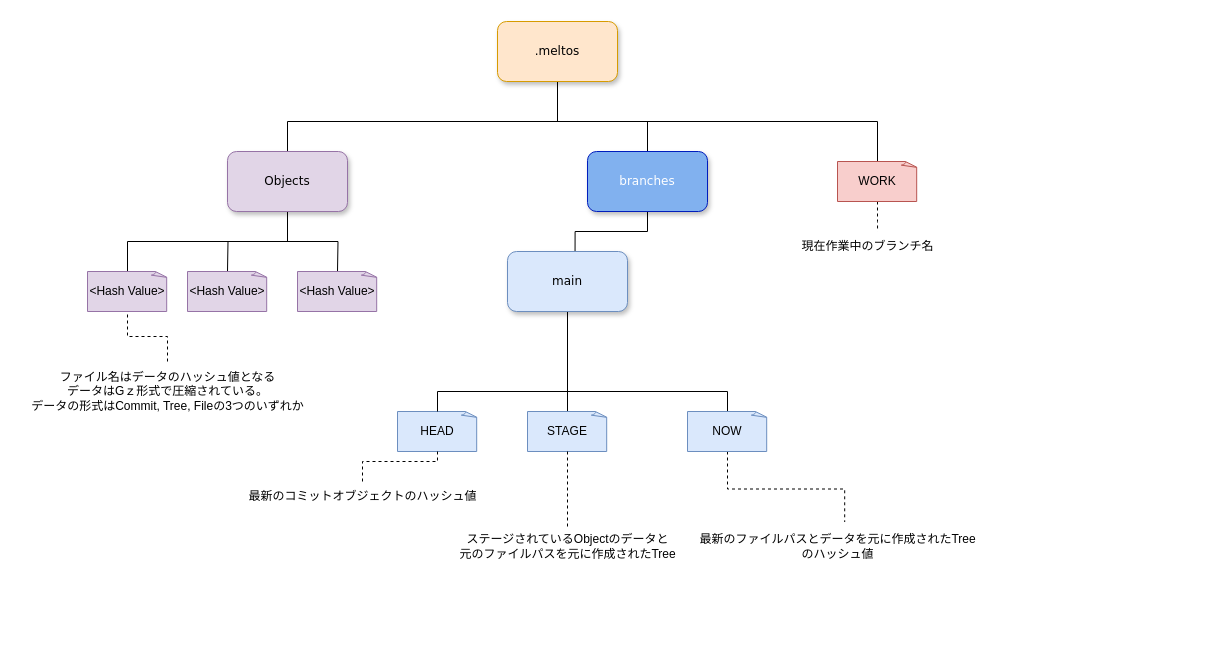
The draw.io diagram docs/tvn_file_system.drawio in not-elm/meltos, before the edit. Source tidied: cells renumbered, new cells numbered last; positions are measured from the earlier drawing's top-left corner, leaving out a move shared by most shapes. Both pictures are drawn from the tidied source at 100%, with x=0, y=0 at pixel (17, 21).
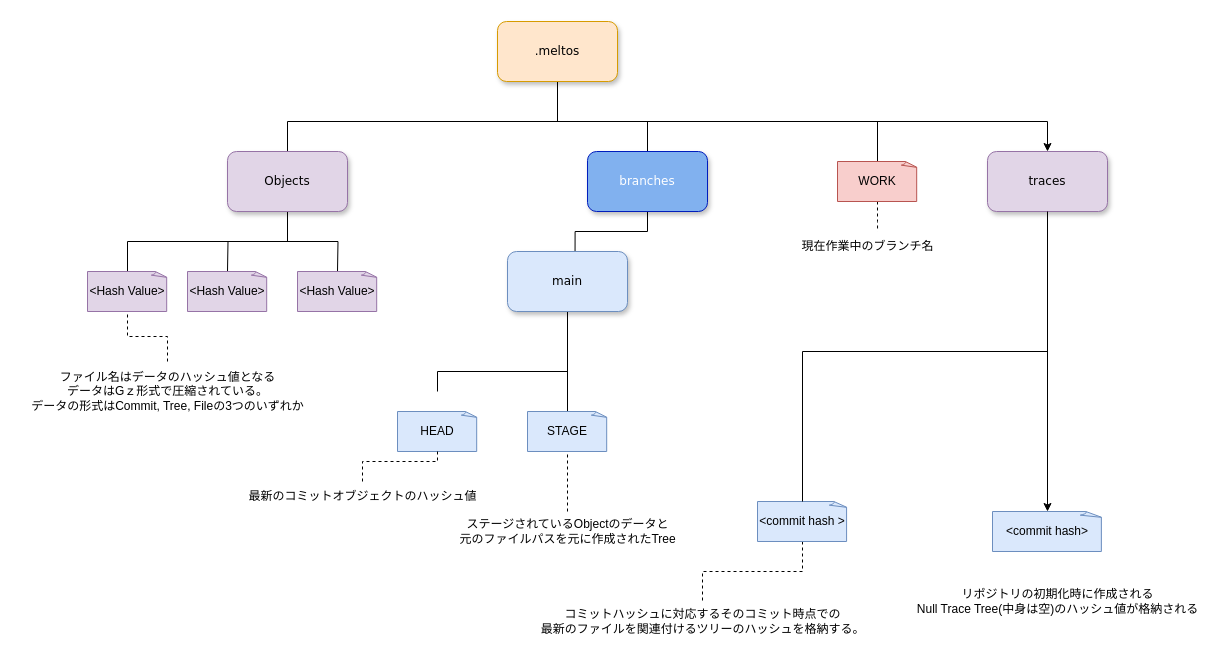
The same page after the edit.

The change refers to these unchanged cells:
```xml
<mxCell id="5" value=".meltos" style="whiteSpace=wrap;html=1;rounded=1;shadow=1;labelBackgroundColor=none;strokeWidth=1;fontFamily=Verdana;fontSize=12;align=center;fillColor=#ffe6cc;strokeColor=#d79b00;" parent="1" vertex="1">
  <mxGeometry x="480" width="120" height="60" as="geometry" />
</mxCell>
<mxCell id="12" value="HEAD" style="whiteSpace=wrap;html=1;shape=mxgraph.basic.document;fillColor=#dae8fc;strokeColor=#6c8ebf;" parent="1" vertex="1">
  <mxGeometry x="380" y="390" width="80" height="40" as="geometry" />
</mxCell>
<mxCell id="16" value="main" style="whiteSpace=wrap;html=1;rounded=1;shadow=1;labelBackgroundColor=none;strokeWidth=1;fontFamily=Verdana;fontSize=12;align=center;fillColor=#dae8fc;strokeColor=#6c8ebf;" parent="1" vertex="1">
  <mxGeometry x="490" y="230" width="120" height="60" as="geometry" />
</mxCell>
```

What changed in the source:
```diff
@@
+    <mxCell id="33" style="edgeStyle=orthogonalEdgeStyle;rounded=0;jettySize=auto;html=1;" parent="1" edge="1" source="5" target="35">
+      <mxGeometry relative="1" as="geometry">
+        <Array as="points">
+          <mxPoint x="540" y="100" />
+          <mxPoint x="1030" y="100" />
+        </Array>
+      </mxGeometry>
+    </mxCell>
@@
-    <mxCell id="13" style="edgeStyle=orthogonalEdgeStyle;rounded=0;jettySize=auto;html=1;entryX=0.5;entryY=0;entryDx=0;entryDy=0;entryPerimeter=0;endArrow=none;endFill=0;" parent="1" edge="1" source="16" target="12">
+    <mxCell id="13" style="edgeStyle=orthogonalEdgeStyle;rounded=0;orthogonalLoop=1;jettySize=auto;html=1;entryX=0.5;entryY=0;entryDx=0;entryDy=0;entryPerimeter=0;endArrow=none;endFill=0;" parent="1" edge="1">
       <mxGeometry relative="1" as="geometry">
+        <mxPoint x="550" y="270" as="sourcePoint" />
+        <mxPoint x="420" y="370" as="targetPoint" />
         <Array as="points">
-          <mxPoint x="550" y="370" />
-          <mxPoint x="420" y="370" />
+          <mxPoint x="550" y="350" />
+          <mxPoint x="420" y="350" />
         </Array>
       </mxGeometry>
     </mxCell>
@@
-    <mxCell id="15" style="edgeStyle=orthogonalEdgeStyle;rounded=0;jettySize=auto;html=1;endArrow=none;endFill=0;" parent="1" edge="1" source="16" target="31">
-      <mxGeometry relative="1" as="geometry">
-        <Array as="points">
-          <mxPoint x="550" y="370" />
-          <mxPoint x="710" y="370" />
-        </Array>
-      </mxGeometry>
-    </mxCell>
@@
     <mxCell id="28" value="ステージされているObjectのデータと&lt;br&gt;元のファイルパスを元に作成されたTree" style="text;html=1;align=center;verticalAlign=middle;points=[];strokeColor=none;fillColor=none;" parent="1" vertex="1">
-      <mxGeometry x="430" y="505" width="240" height="40" as="geometry" />
+      <mxGeometry x="430" y="490" width="240" height="40" as="geometry" />
     </mxCell>
@@
-    <mxCell id="30" style="edgeStyle=orthogonalEdgeStyle;rounded=0;jettySize=auto;html=1;entryX=0.524;entryY=-0.112;entryDx=0;entryDy=0;entryPerimeter=0;dashed=1;endArrow=none;endFill=0;" parent="1" edge="1" source="31" target="32">
+    <mxCell id="30" style="edgeStyle=orthogonalEdgeStyle;rounded=0;jettySize=auto;html=1;dashed=1;endArrow=none;endFill=0;exitX=0.5;exitY=1;exitDx=0;exitDy=0;exitPerimeter=0;" parent="1" edge="1" source="31" target="37">
       <mxGeometry relative="1" as="geometry" />
     </mxCell>
-    <mxCell id="31" value="NOW" style="whiteSpace=wrap;html=1;shape=mxgraph.basic.document;fillColor=#dae8fc;strokeColor=#6c8ebf;" parent="1" vertex="1">
-      <mxGeometry x="670" y="390" width="80" height="40" as="geometry" />
+    <mxCell id="31" value="&amp;lt;commit hash &amp;gt;" style="whiteSpace=wrap;html=1;shape=mxgraph.basic.document;fillColor=#dae8fc;strokeColor=#6c8ebf;" parent="1" vertex="1">
+      <mxGeometry x="740" y="480" width="90" height="40" as="geometry" />
     </mxCell>
-    <mxCell id="32" value="最新のファイルパスとデータを元に作成されたTree&lt;br&gt;のハッシュ値" style="text;html=1;align=center;verticalAlign=middle;points=[];strokeColor=none;fillColor=none;" parent="1" vertex="1">
-      <mxGeometry x="670" y="505" width="300" height="40" as="geometry" />
-    </mxCell>
+    <mxCell id="34" style="edgeStyle=orthogonalEdgeStyle;rounded=0;jettySize=auto;html=1;entryX=0.5;entryY=0;entryDx=0;entryDy=0;entryPerimeter=0;endArrow=none;endFill=0;" parent="1" edge="1" source="35" target="31">
+      <mxGeometry relative="1" as="geometry">
+        <Array as="points">
+          <mxPoint x="1030" y="330" />
+          <mxPoint x="785" y="330" />
+        </Array>
+      </mxGeometry>
+    </mxCell>
+    <mxCell id="35" value="traces" style="whiteSpace=wrap;html=1;rounded=1;shadow=1;labelBackgroundColor=none;strokeWidth=1;fontFamily=Verdana;fontSize=12;align=center;fillColor=#e1d5e7;strokeColor=#9673a6;" parent="1" vertex="1">
+      <mxGeometry x="970" y="130" width="120" height="60" as="geometry" />
+    </mxCell>
+    <mxCell id="36" value="&amp;lt;commit hash&amp;gt;" style="whiteSpace=wrap;html=1;shape=mxgraph.basic.document;fillColor=#dae8fc;strokeColor=#6c8ebf;" parent="1" vertex="1">
+      <mxGeometry x="975" y="490" width="110" height="40" as="geometry" />
+    </mxCell>
+    <mxCell id="37" value="コミットハッシュに対応するそのコミット時点での&lt;br&gt;最新のファイルを関連付けるツリーのハッシュを格納する。" style="text;html=1;align=center;verticalAlign=middle;points=[];strokeColor=none;fillColor=none;" parent="1" vertex="1">
+      <mxGeometry x="510" y="580" width="350" height="40" as="geometry" />
+    </mxCell>
+    <mxCell id="38" value="リポジトリの初期化時に作成される&lt;br&gt;Null Trace Tree(中身は空)のハッシュ値が格納される" style="text;html=1;align=center;verticalAlign=middle;strokeColor=none;fillColor=none;" parent="1" vertex="1">
+      <mxGeometry x="890" y="560" width="300" height="40" as="geometry" />
+    </mxCell>
+    <mxCell id="39" style="edgeStyle=orthogonalEdgeStyle;rounded=0;jettySize=auto;html=1;entryX=0.5;entryY=0;entryDx=0;entryDy=0;entryPerimeter=0;" parent="1" edge="1" source="35" target="36">
+      <mxGeometry relative="1" as="geometry" />
+    </mxCell>
```
